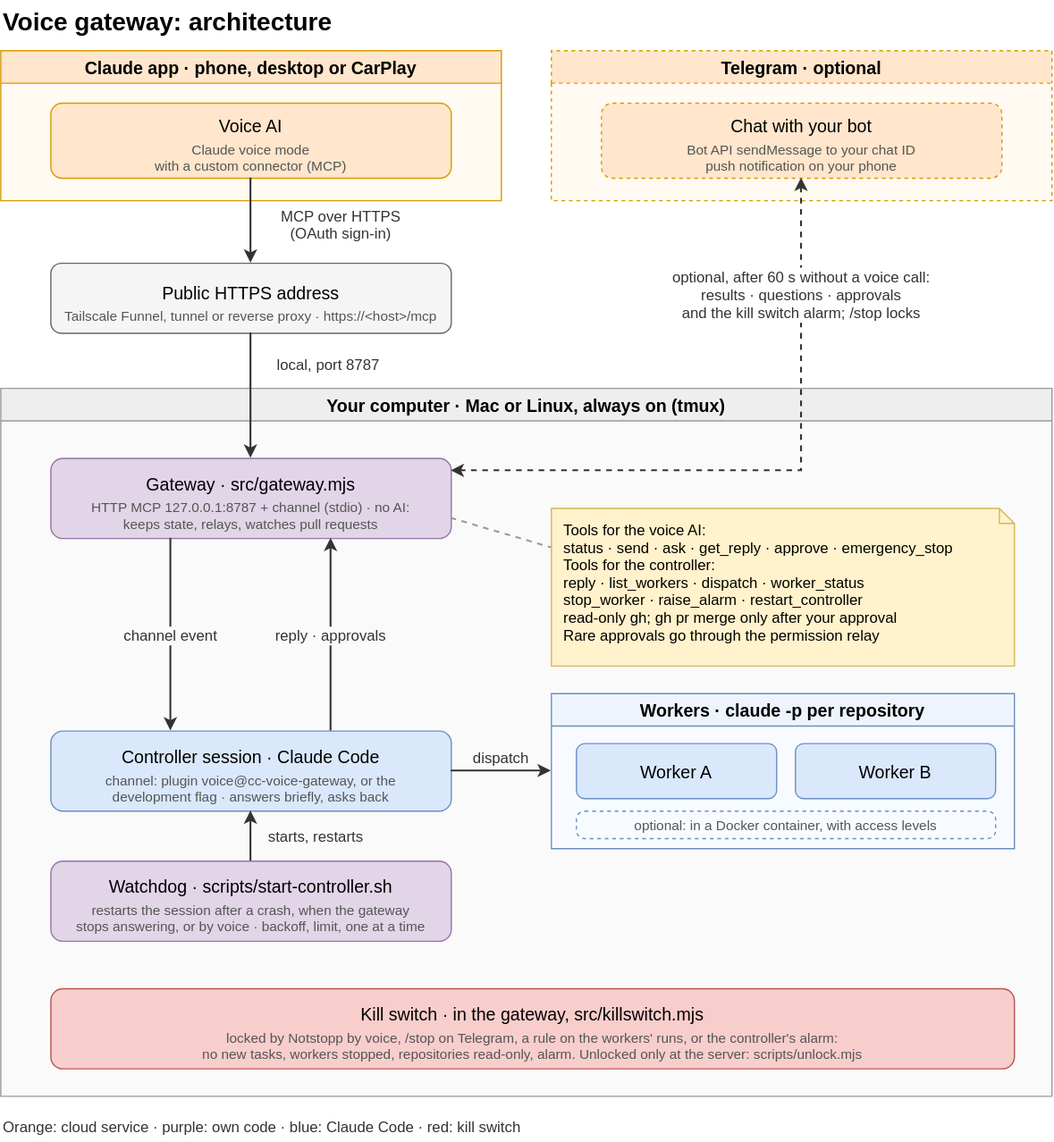
Above: docs/architecture.drawio.svg in alderg/cc-voice-gateway (draw.io), before the change. Source tidied: cells renumbered, new cells last; positions are measured from the earlier drawing's top-left corner, leaving out a move shared by most shapes.
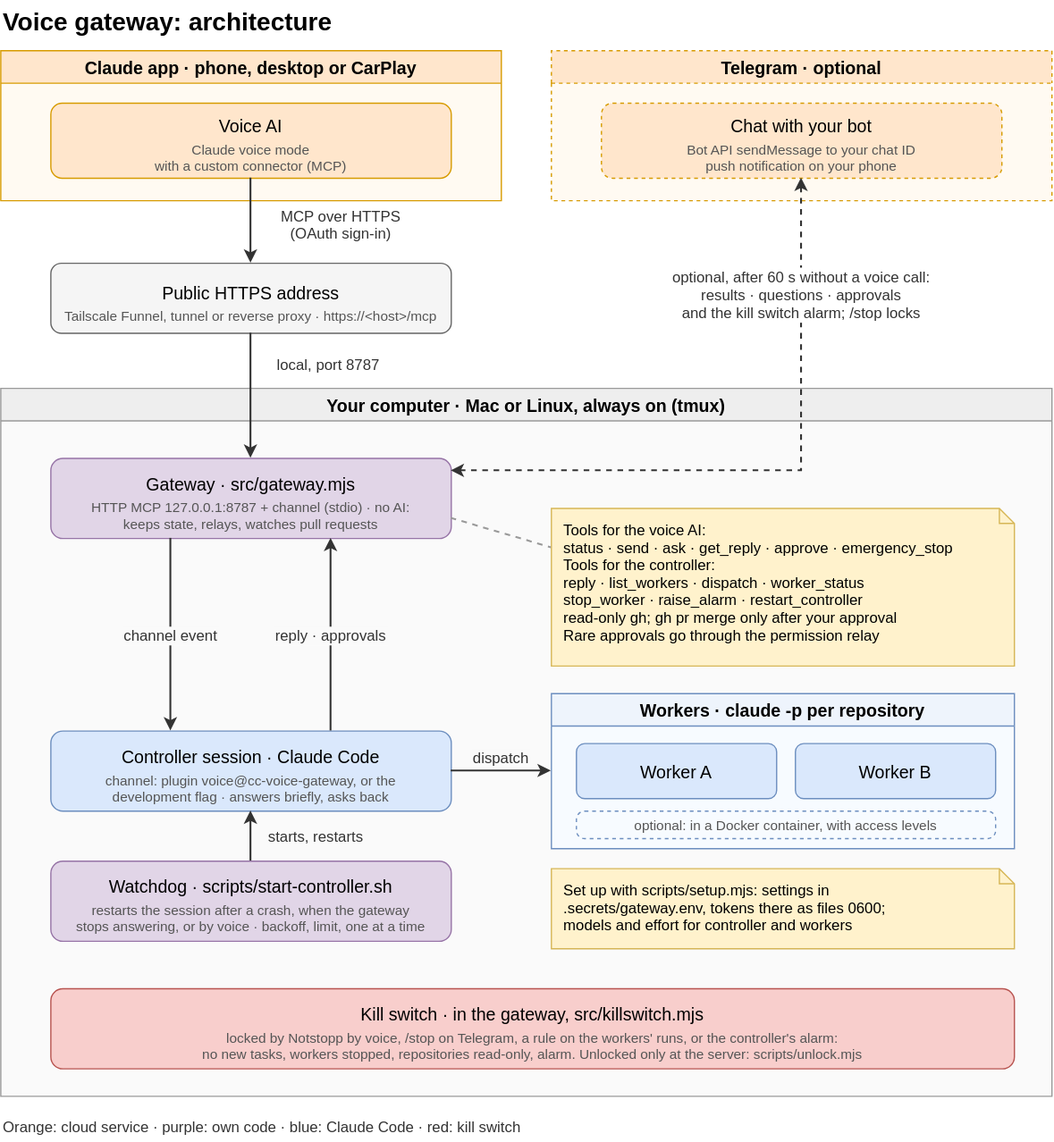
Above is the later version.

Diff of the diagram source:
```diff
@@ -65,6 +65,9 @@
     <mxCell id="22" value="restarts the session after a crash, when the gateway&#10;stops answering, or by voice · backoff, limit, one at a time" style="text;html=0;fontSize=11;fontColor=#555555;align=center;verticalAlign=top;spacing=0;strokeColor=none;fillColor=none;" parent="21" vertex="1">
       <mxGeometry y="28.7" width="320" height="26.4" as="geometry" />
     </mxCell>
+    <mxCell id="34" value="Set up with scripts/setup.mjs: settings in&#10;.secrets/gateway.env, tokens there as files 0600;&#10;models and effort for controller and workers" style="shape=note;size=12;html=0;fontSize=12;align=left;verticalAlign=top;spacingLeft=8;spacingTop=4;fillColor=#fff2cc;strokeColor=#d6b656;" parent="11" vertex="1">
+      <mxGeometry x="440" y="384" width="370" height="64" as="geometry" />
+    </mxCell>
     <mxCell id="23" value="Kill switch · in the gateway, src/killswitch.mjs" style="rounded=1;html=0;fontSize=14;fillColor=#f8cecc;strokeColor=#b85450;fontStyle=0;verticalAlign=top;spacingTop=6.9;" parent="11" vertex="1">
       <mxGeometry x="40" y="480" width="770" height="64" as="geometry" />
     </mxCell>
```
